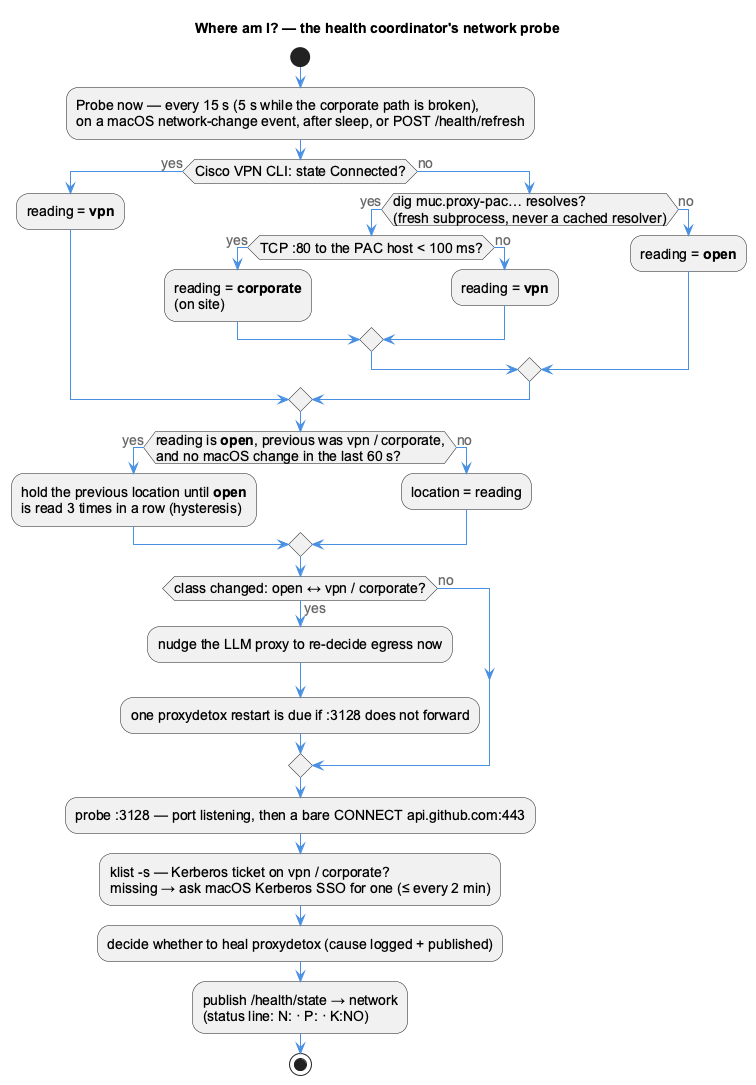
Earlier version of the PlantUML export docs-content/images/network-detection-flow.png (fwornle/coding). Its diagram source:
```plantuml
@startuml network-detection-flow
!include _standard-style.puml
skinparam defaultFontSize 14
skinparam shadowing false
title Where am I? — the health coordinator's network probe

start
:Probe now — every 15 s (5 s while the corporate path is broken),
on a macOS network-change event, after sleep, or POST /health/refresh;
if (Cisco VPN CLI: state Connected?) then (yes)
  :reading = **vpn**;
else (no)
  if (dig muc.proxy-pac… resolves?\n(fresh subprocess, never a cached resolver)) then (yes)
    if (TCP :80 to the PAC host < 100 ms?) then (yes)
      :reading = **corporate**\n(on site);
    else (no)
      :reading = **vpn**;
    endif
  else (no)
    :reading = **open**;
  endif
endif
if (reading is **open**, previous was vpn / corporate,\nand no macOS change in the last 60 s?) then (yes)
  :hold the previous location until **open**
  is read 3 times in a row (hysteresis);
else (no)
  :location = reading;
endif
if (class changed: open ↔ vpn / corporate?) then (yes)
  :nudge the LLM proxy to re-decide egress now;
  :one proxydetox restart is due if :3128 does not forward;
else (no)
endif
:probe :3128 — port listening, then a bare CONNECT api.github.com:443;
:klist -s — Kerberos ticket on vpn / corporate?
missing → ask macOS Kerberos SSO for one (≤ every 2 min);
:decide whether to heal proxydetox (cause logged + published);
:publish /health/state → network
(status line: N: · P: · K:NO);
stop
@enduml
```
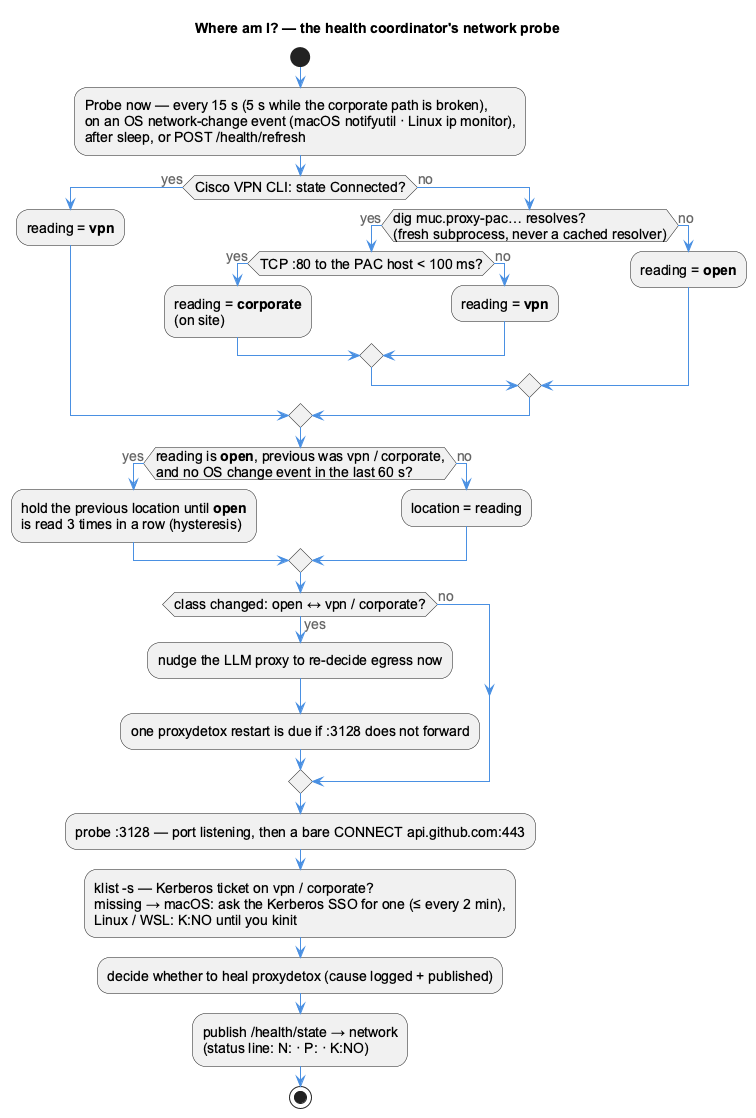
The same file after the commit.

Change to the diagram source:
```diff
@@ -6,7 +6,8 @@
 
 start
 :Probe now — every 15 s (5 s while the corporate path is broken),
-on a macOS network-change event, after sleep, or POST /health/refresh;
+on an OS network-change event (macOS notifyutil · Linux ip monitor),
+after sleep, or POST /health/refresh;
 if (Cisco VPN CLI: state Connected?) then (yes)
   :reading = **vpn**;
 else (no)
@@ -20,7 +21,7 @@
     :reading = **open**;
   endif
 endif
-if (reading is **open**, previous was vpn / corporate,\nand no macOS change in the last 60 s?) then (yes)
+if (reading is **open**, previous was vpn / corporate,\nand no OS change event in the last 60 s?) then (yes)
   :hold the previous location until **open**
   is read 3 times in a row (hysteresis);
 else (no)
@@ -33,7 +34,8 @@
 endif
 :probe :3128 — port listening, then a bare CONNECT api.github.com:443;
 :klist -s — Kerberos ticket on vpn / corporate?
-missing → ask macOS Kerberos SSO for one (≤ every 2 min);
+missing → macOS: ask the Kerberos SSO for one (≤ every 2 min),
+Linux / WSL: K:NO until you kinit;
 :decide whether to heal proxydetox (cause logged + published);
 :publish /health/state → network
 (status line: N: · P: · K:NO);
```
